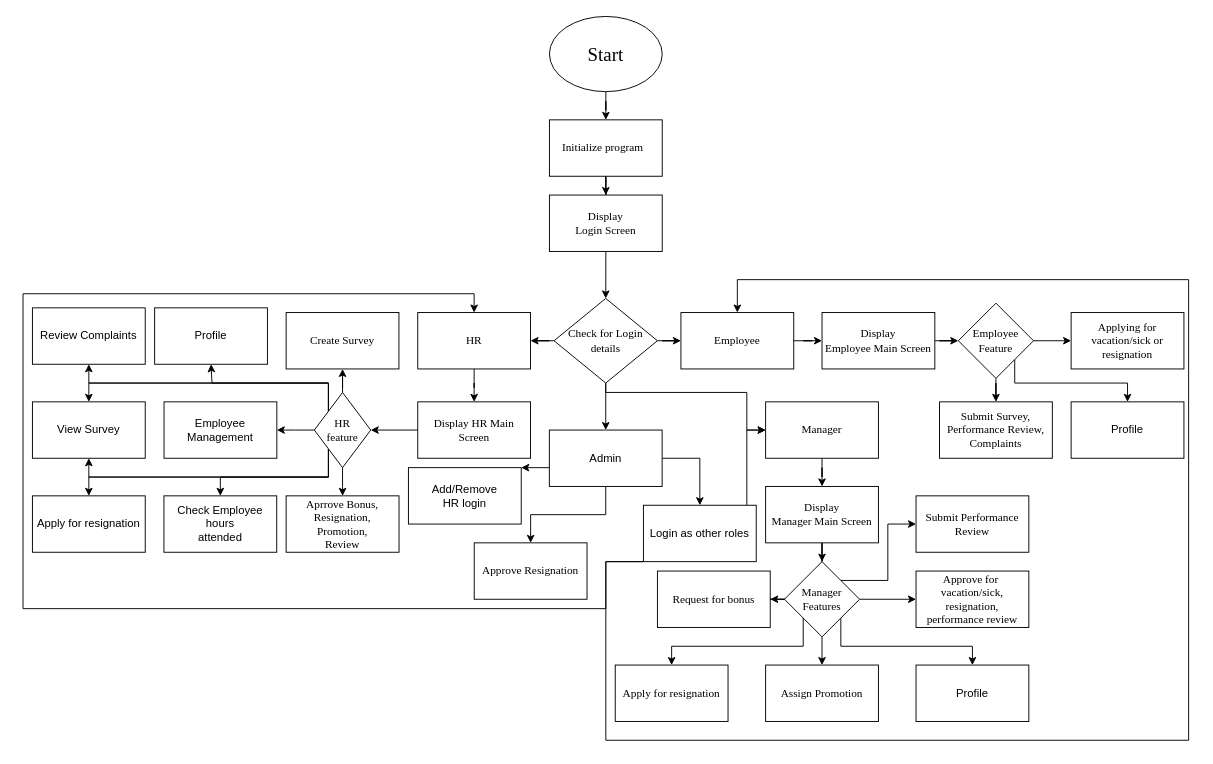
Before: Documentation,PPT & research paper/flowchart.drawio in ChampionSamay1644/Enhanced-E-HR-Management-System, a draw.io diagram. Source tidied: cells renumbered, new cells numbered last; positions are measured from the earlier drawing's top-left corner, leaving out a move shared by most shapes. Both pictures are drawn from the tidied source at 94%, with x=0, y=0 at pixel (23, 16).
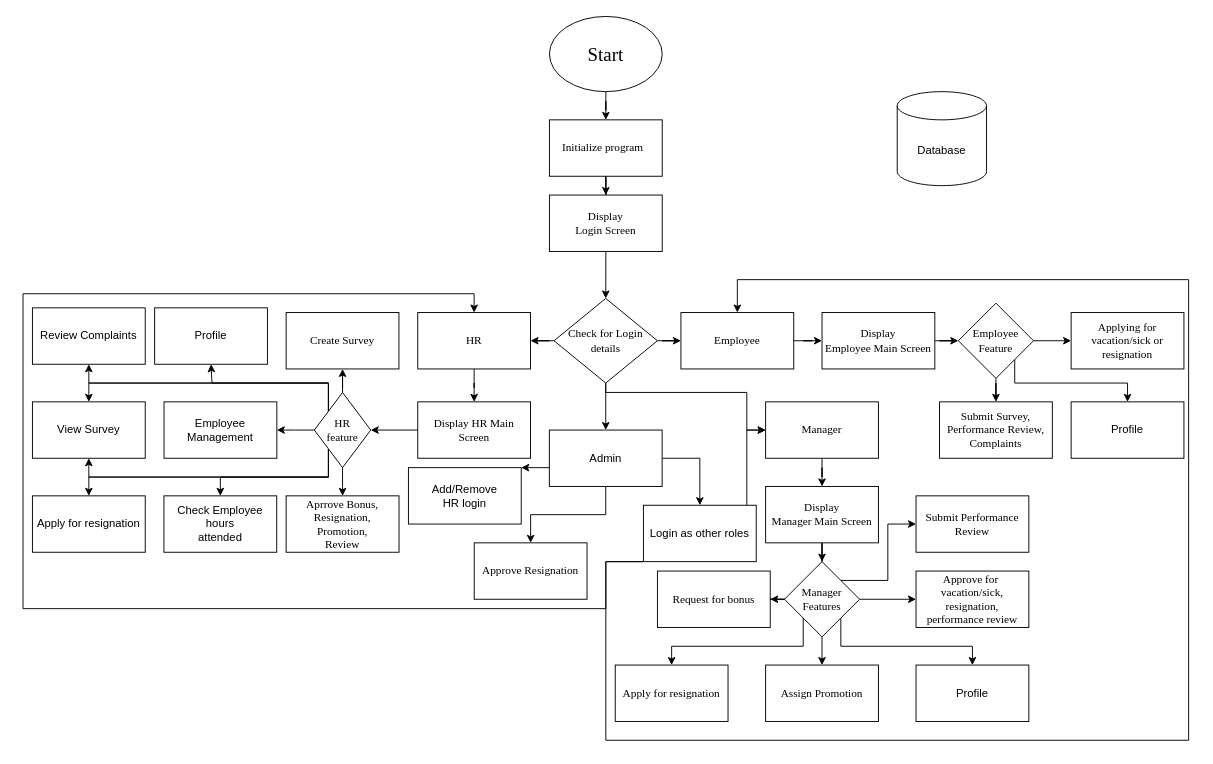
Above is the later version.

Change to the diagram source:
```diff
@@
+    <mxCell id="73" value="Database" style="shape=cylinder3;whiteSpace=wrap;html=1;boundedLbl=1;backgroundOutline=1;size=15;" parent="1" vertex="1">
+      <mxGeometry x="930" y="80" width="95" height="100" as="geometry" />
+    </mxCell>
```
